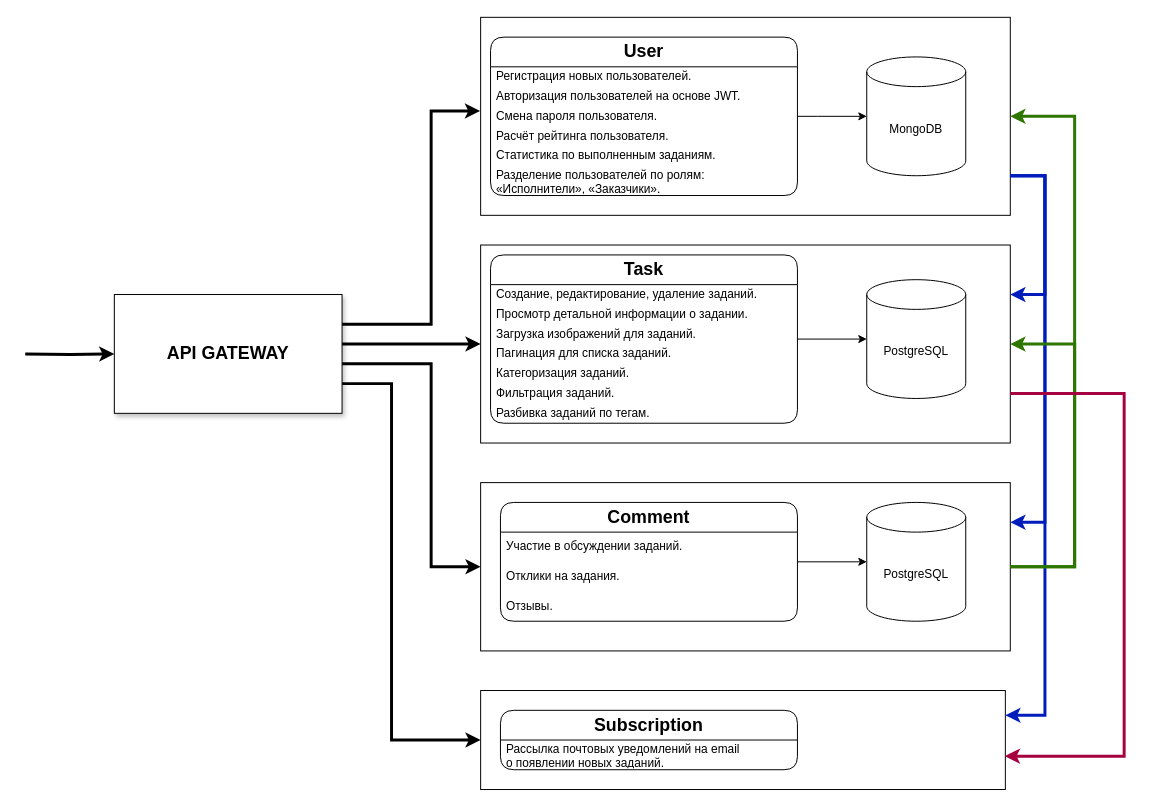
Above: specification.drawio in htmlacademy-nestjs/2105279-taskforce-3 (draw.io), before the change. Source tidied: cells renumbered, new cells numbered last; positions are measured from the earlier drawing's top-left corner, leaving out a move shared by most shapes. Both pictures are drawn from the tidied source at 99%, with x=0, y=0 at pixel (25, 17).
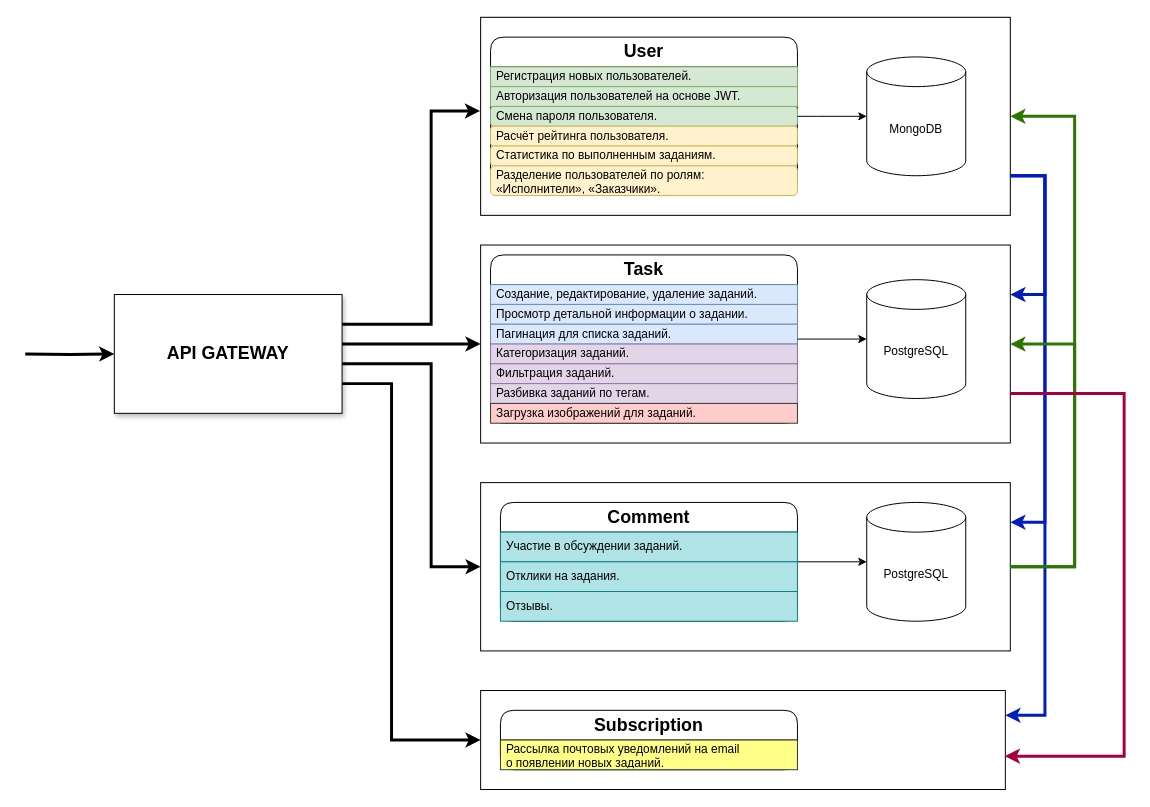
The same diagram, later.

Commit message (it also covers changes not shown here):
Добавляет модель task в prisma

The change refers to these unchanged cells:
```xml
<mxCell id="10" value="&lt;h2&gt;User&lt;/h2&gt;" style="swimlane;fontStyle=0;horizontal=1;startSize=30;whiteSpace=wrap;html=1;direction=east;rounded=1;shadow=0;glass=0;" parent="8" vertex="1">
  <mxGeometry x="10" y="20" width="310" height="160" as="geometry" />
</mxCell>
<mxCell id="21" value="&lt;h2&gt;Task&lt;/h2&gt;" style="swimlane;fontStyle=0;horizontal=1;startSize=30;whiteSpace=wrap;html=1;rounded=1;" parent="19" vertex="1">
  <mxGeometry x="10" y="10" width="310" height="170" as="geometry" />
</mxCell>
<mxCell id="31" style="group;" parent="1" vertex="1">
  <mxGeometry x="460" y="470" width="535" height="170" as="geometry" />
</mxCell>
<mxCell id="41" value="&lt;h2&gt;&lt;span class=&quot;HwtZe&quot; lang=&quot;en&quot;&gt;&lt;span class=&quot;jCAhz ChMk0b&quot;&gt;&lt;span class=&quot;ryNqvb&quot;&gt;Subscription&lt;/span&gt;&lt;/span&gt;&lt;/span&gt;&lt;/h2&gt;" style="swimlane;fontStyle=0;horizontal=1;startSize=30;whiteSpace=wrap;html=1;rounded=1;" parent="39" vertex="1">
  <mxGeometry x="20" y="20" width="300" height="60" as="geometry" />
</mxCell>
```

What changed in the source:
```diff
@@
-    <mxCell id="8" style="group;" parent="1" vertex="1">
+    <mxCell id="8" style="group;fillColor=#fff2cc;strokeColor=#d6b656;" parent="1" vertex="1">
       <mxGeometry x="460" width="535" height="200" as="geometry" />
     </mxCell>
@@
-    <mxCell id="11" value="Регистрация новых пользователей." style="text;strokeColor=none;fillColor=none;align=left;verticalAlign=middle;spacingLeft=4;spacingRight=4;overflow=hidden;whiteSpace=wrap;html=1;" parent="10" vertex="1">
+    <mxCell id="11" value="Регистрация новых пользователей." style="text;strokeColor=#82b366;fillColor=#d5e8d4;align=left;verticalAlign=middle;spacingLeft=4;spacingRight=4;overflow=hidden;whiteSpace=wrap;html=1;" parent="10" vertex="1">
       <mxGeometry y="30" width="310" height="20" as="geometry" />
     </mxCell>
-    <mxCell id="12" value="Авторизация пользователей на&amp;nbsp;основе JWT." style="text;strokeColor=none;fillColor=none;align=left;verticalAlign=middle;spacingLeft=4;spacingRight=4;overflow=hidden;whiteSpace=wrap;html=1;" parent="10" vertex="1">
+    <mxCell id="12" value="Авторизация пользователей на&amp;nbsp;основе JWT." style="text;strokeColor=#82b366;fillColor=#d5e8d4;align=left;verticalAlign=middle;spacingLeft=4;spacingRight=4;overflow=hidden;whiteSpace=wrap;html=1;" parent="10" vertex="1">
       <mxGeometry y="50" width="310" height="20" as="geometry" />
     </mxCell>
-    <mxCell id="13" value="Смена пароля пользователя." style="text;strokeColor=none;fillColor=none;align=left;verticalAlign=middle;spacingLeft=4;spacingRight=4;overflow=hidden;points=[[0,0.5],[1,0.5]];portConstraint=eastwest;whiteSpace=wrap;html=1;rounded=1;glass=0;" parent="10" vertex="1">
+    <mxCell id="13" value="Смена пароля пользователя." style="text;strokeColor=#82b366;fillColor=#d5e8d4;align=left;verticalAlign=middle;spacingLeft=4;spacingRight=4;overflow=hidden;points=[[0,0.5],[1,0.5]];portConstraint=eastwest;whiteSpace=wrap;html=1;rounded=1;glass=0;" parent="10" vertex="1">
       <mxGeometry y="70" width="310" height="20" as="geometry" />
     </mxCell>
-    <mxCell id="14" value="Расчёт рейтинга пользователя." style="text;strokeColor=none;fillColor=none;align=left;verticalAlign=middle;spacingLeft=4;spacingRight=4;overflow=hidden;whiteSpace=wrap;html=1;rounded=1;glass=0;" parent="10" vertex="1">
+    <mxCell id="14" value="Расчёт рейтинга пользователя." style="text;strokeColor=#d6b656;fillColor=#fff2cc;align=left;verticalAlign=middle;spacingLeft=4;spacingRight=4;overflow=hidden;whiteSpace=wrap;html=1;rounded=1;glass=0;" parent="10" vertex="1">
       <mxGeometry y="90" width="310" height="20" as="geometry" />
     </mxCell>
-    <mxCell id="15" value="Статистика по&amp;nbsp;выполненным заданиям." style="text;strokeColor=none;fillColor=none;align=left;verticalAlign=middle;spacingLeft=4;spacingRight=4;overflow=hidden;whiteSpace=wrap;html=1;rounded=1;glass=0;" parent="10" vertex="1">
+    <mxCell id="15" value="Статистика по&amp;nbsp;выполненным заданиям." style="text;strokeColor=#d6b656;fillColor=#fff2cc;align=left;verticalAlign=middle;spacingLeft=4;spacingRight=4;overflow=hidden;whiteSpace=wrap;html=1;rounded=1;glass=0;" parent="10" vertex="1">
       <mxGeometry y="110" width="310" height="20" as="geometry" />
     </mxCell>
-    <mxCell id="16" value="Разделение пользователей по&amp;nbsp;ролям: «Исполнители», «Заказчики»." style="text;strokeColor=none;fillColor=none;align=left;verticalAlign=middle;spacingLeft=4;spacingRight=4;overflow=hidden;whiteSpace=wrap;html=1;rounded=1;glass=0;" parent="10" vertex="1">
+    <mxCell id="16" value="Разделение пользователей по&amp;nbsp;ролям: «Исполнители», «Заказчики»." style="text;strokeColor=#d6b656;fillColor=#fff2cc;align=left;verticalAlign=middle;spacingLeft=4;spacingRight=4;overflow=hidden;whiteSpace=wrap;html=1;rounded=1;glass=0;" parent="10" vertex="1">
       <mxGeometry y="130" width="310" height="30" as="geometry" />
     </mxCell>
@@
-    <mxCell id="22" value="Создание, редактирование, удаление заданий." style="text;strokeColor=none;fillColor=none;align=left;verticalAlign=middle;spacingLeft=4;spacingRight=4;overflow=hidden;whiteSpace=wrap;html=1;" parent="21" vertex="1">
+    <mxCell id="22" value="Создание, редактирование, удаление заданий." style="text;strokeColor=#6c8ebf;fillColor=#dae8fc;align=left;verticalAlign=middle;spacingLeft=4;spacingRight=4;overflow=hidden;whiteSpace=wrap;html=1;" parent="21" vertex="1">
       <mxGeometry y="30" width="310" height="20" as="geometry" />
     </mxCell>
-    <mxCell id="23" value="Просмотр детальной информации о&amp;nbsp;задании." style="text;strokeColor=none;fillColor=none;align=left;verticalAlign=middle;spacingLeft=4;spacingRight=4;overflow=hidden;whiteSpace=wrap;html=1;" parent="21" vertex="1">
+    <mxCell id="23" value="Просмотр детальной информации о&amp;nbsp;задании." style="text;strokeColor=#6c8ebf;fillColor=#dae8fc;align=left;verticalAlign=middle;spacingLeft=4;spacingRight=4;overflow=hidden;whiteSpace=wrap;html=1;" parent="21" vertex="1">
       <mxGeometry y="50" width="310" height="20" as="geometry" />
     </mxCell>
-    <mxCell id="24" value="Загрузка изображений для заданий." style="text;strokeColor=none;fillColor=none;align=left;verticalAlign=middle;spacingLeft=4;spacingRight=4;overflow=hidden;whiteSpace=wrap;html=1;" parent="21" vertex="1">
-      <mxGeometry y="70" width="310" height="20" as="geometry" />
-    </mxCell>
-    <mxCell id="25" value="Пагинация для списка заданий." style="text;strokeColor=none;fillColor=none;align=left;verticalAlign=middle;spacingLeft=4;spacingRight=4;overflow=hidden;whiteSpace=wrap;html=1;" parent="21" vertex="1">
-      <mxGeometry y="90" width="310" height="20" as="geometry" />
+    <mxCell id="25" value="Пагинация для списка заданий." style="text;strokeColor=#6c8ebf;fillColor=#dae8fc;align=left;verticalAlign=middle;spacingLeft=4;spacingRight=4;overflow=hidden;whiteSpace=wrap;html=1;" parent="21" vertex="1">
+      <mxGeometry y="70" width="310" height="20" as="geometry" />
     </mxCell>
-    <mxCell id="26" value=" Категоризация заданий." style="text;strokeColor=none;fillColor=none;align=left;verticalAlign=middle;spacingLeft=4;spacingRight=4;overflow=hidden;whiteSpace=wrap;html=1;" parent="21" vertex="1">
-      <mxGeometry y="110" width="310" height="20" as="geometry" />
+    <mxCell id="26" value=" Категоризация заданий." style="text;strokeColor=#9673a6;fillColor=#e1d5e7;align=left;verticalAlign=middle;spacingLeft=4;spacingRight=4;overflow=hidden;whiteSpace=wrap;html=1;" parent="21" vertex="1">
+      <mxGeometry y="90" width="310" height="20" as="geometry" />
     </mxCell>
-    <mxCell id="27" value="Фильтрация заданий." style="text;strokeColor=none;fillColor=none;align=left;verticalAlign=middle;spacingLeft=4;spacingRight=4;overflow=hidden;whiteSpace=wrap;html=1;" parent="21" vertex="1">
-      <mxGeometry y="130" width="310" height="20" as="geometry" />
+    <mxCell id="27" value="Фильтрация заданий." style="text;strokeColor=#9673a6;fillColor=#e1d5e7;align=left;verticalAlign=middle;spacingLeft=4;spacingRight=4;overflow=hidden;whiteSpace=wrap;html=1;" parent="21" vertex="1">
+      <mxGeometry y="110" width="310" height="20" as="geometry" />
     </mxCell>
-    <mxCell id="28" value="Разбивка заданий по&amp;nbsp;тегам." style="text;strokeColor=none;fillColor=none;align=left;verticalAlign=middle;spacingLeft=4;spacingRight=4;overflow=hidden;whiteSpace=wrap;html=1;" parent="21" vertex="1">
-      <mxGeometry y="150" width="310" height="20" as="geometry" />
+    <mxCell id="28" value="Разбивка заданий по&amp;nbsp;тегам." style="text;strokeColor=#9673a6;fillColor=#e1d5e7;align=left;verticalAlign=middle;spacingLeft=4;spacingRight=4;overflow=hidden;whiteSpace=wrap;html=1;" parent="21" vertex="1">
+      <mxGeometry y="130" width="310" height="20" as="geometry" />
     </mxCell>
+    <mxCell id="24" value="Загрузка изображений для заданий." style="text;strokeColor=#36393d;fillColor=#ffcccc;align=left;verticalAlign=middle;spacingLeft=4;spacingRight=4;overflow=hidden;whiteSpace=wrap;html=1;" parent="21" vertex="1">
+      <mxGeometry y="150" width="310" height="20" as="geometry" />
+    </mxCell>
@@
-    <mxCell id="36" value="Участие в&amp;nbsp;обсуждении заданий." style="text;strokeColor=none;fillColor=none;align=left;verticalAlign=middle;spacingLeft=4;spacingRight=4;overflow=hidden;whiteSpace=wrap;html=1;" parent="31" vertex="1">
+    <mxCell id="36" value="Участие в&amp;nbsp;обсуждении заданий." style="text;strokeColor=#0e8088;fillColor=#b0e3e6;align=left;verticalAlign=middle;spacingLeft=4;spacingRight=4;overflow=hidden;whiteSpace=wrap;html=1;" parent="31" vertex="1">
       <mxGeometry x="20" y="50" width="300" height="30" as="geometry" />
     </mxCell>
-    <mxCell id="37" value="Отклики на&amp;nbsp;задания." style="text;strokeColor=none;fillColor=none;align=left;verticalAlign=middle;spacingLeft=4;spacingRight=4;overflow=hidden;whiteSpace=wrap;html=1;" parent="31" vertex="1">
+    <mxCell id="37" value="Отклики на&amp;nbsp;задания." style="text;strokeColor=#0e8088;fillColor=#b0e3e6;align=left;verticalAlign=middle;spacingLeft=4;spacingRight=4;overflow=hidden;whiteSpace=wrap;html=1;" parent="31" vertex="1">
       <mxGeometry x="20" y="80" width="300" height="30" as="geometry" />
     </mxCell>
-    <mxCell id="38" value="Отзывы." style="text;strokeColor=none;fillColor=none;align=left;verticalAlign=middle;spacingLeft=4;spacingRight=4;overflow=hidden;whiteSpace=wrap;html=1;" parent="31" vertex="1">
+    <mxCell id="38" value="Отзывы." style="text;strokeColor=#0e8088;fillColor=#b0e3e6;align=left;verticalAlign=middle;spacingLeft=4;spacingRight=4;overflow=hidden;whiteSpace=wrap;html=1;" parent="31" vertex="1">
       <mxGeometry x="20" y="110" width="300" height="30" as="geometry" />
     </mxCell>
@@
-    <mxCell id="42" value="&lt;div&gt;Рассылка почтовых уведомлений на&amp;nbsp;email о&amp;nbsp;появлении новых заданий.&lt;/div&gt;" style="text;strokeColor=none;fillColor=none;align=left;verticalAlign=middle;spacingLeft=4;spacingRight=4;overflow=hidden;whiteSpace=wrap;html=1;" parent="41" vertex="1">
+    <mxCell id="42" value="&lt;div&gt;Рассылка почтовых уведомлений на&amp;nbsp;email о&amp;nbsp;появлении новых заданий.&lt;/div&gt;" style="text;strokeColor=#36393d;fillColor=#ffff88;align=left;verticalAlign=middle;spacingLeft=4;spacingRight=4;overflow=hidden;whiteSpace=wrap;html=1;" parent="41" vertex="1">
       <mxGeometry y="30" width="300" height="30" as="geometry" />
     </mxCell>
```
